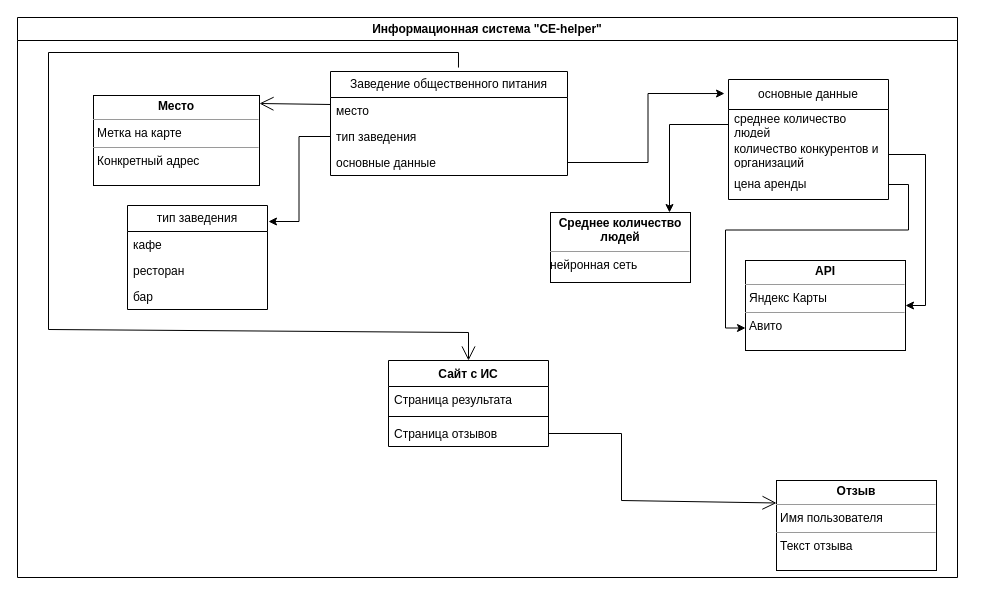
Before: Модель предметной области.drawio in elmirhismatov/Diplom, a draw.io diagram. Source tidied: cells renumbered, new cells numbered last; positions are measured from the earlier drawing's top-left corner, leaving out a move shared by most shapes. Both pictures are drawn from the tidied source at 100%, with x=0, y=0 at pixel (17, 17).
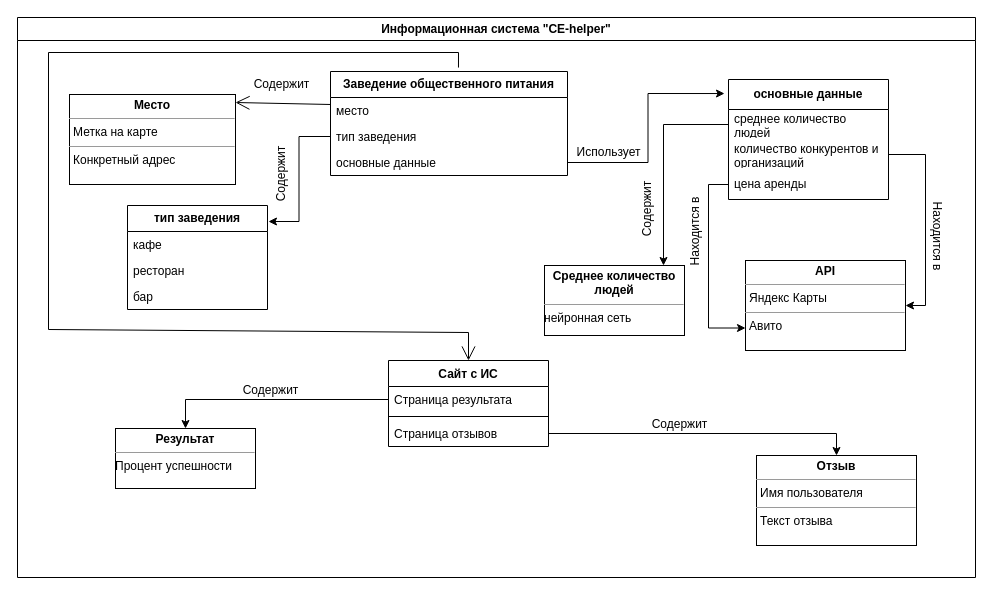
Above is the later version.

Unchanged cells that the change refers to:
```xml
<mxCell id="14" value="цена аренды" style="text;strokeColor=none;fillColor=none;align=left;verticalAlign=middle;spacingLeft=4;spacingRight=4;overflow=hidden;points=[[0,0.5],[1,0.5]];portConstraint=eastwest;whiteSpace=wrap;html=1;" parent="11" vertex="1">
  <mxGeometry y="90" width="160" height="30" as="geometry" />
</mxCell>
<mxCell id="15" value="Сайт с ИС" style="swimlane;fontStyle=1;align=center;verticalAlign=top;horizontal=1;startSize=26;whiteSpace=wrap;html=1;" parent="2" vertex="1">
  <mxGeometry x="371" y="343" width="160" height="86" as="geometry" />
</mxCell>
<mxCell id="16" value="Страница результата" style="text;strokeColor=none;fillColor=none;align=left;verticalAlign=top;spacingLeft=4;spacingRight=4;overflow=hidden;points=[[0,0.5],[1,0.5]];portConstraint=eastwest;whiteSpace=wrap;html=1;" parent="15" vertex="1">
  <mxGeometry y="26" width="160" height="26" as="geometry" />
</mxCell>
<mxCell id="18" value="Страница отзывов" style="text;strokeColor=none;fillColor=none;align=left;verticalAlign=top;spacingLeft=4;spacingRight=4;overflow=hidden;points=[[0,0.5],[1,0.5]];portConstraint=eastwest;whiteSpace=wrap;html=1;" parent="15" vertex="1">
  <mxGeometry y="60" width="160" height="26" as="geometry" />
</mxCell>
<mxCell id="25" value="&lt;p style=&quot;margin:0px;margin-top:4px;text-align:center;&quot;&gt;&lt;b&gt;API&lt;/b&gt;&lt;/p&gt;&lt;hr size=&quot;1&quot;&gt;&lt;p style=&quot;margin:0px;margin-left:4px;&quot;&gt;Яндекс Карты&lt;/p&gt;&lt;hr size=&quot;1&quot;&gt;&lt;p style=&quot;margin:0px;margin-left:4px;&quot;&gt;Авито&lt;/p&gt;" style="verticalAlign=top;align=left;overflow=fill;fontSize=12;fontFamily=Helvetica;html=1;whiteSpace=wrap;" parent="2" vertex="1">
  <mxGeometry x="728" y="243" width="160" height="90" as="geometry" />
</mxCell>
```

Change to the diagram source:
```diff
@@
     <mxCell id="2" value="Информационная система &quot;CE-helper&quot;" style="swimlane;whiteSpace=wrap;html=1;" parent="1" vertex="1">
-      <mxGeometry width="940" height="560" as="geometry" />
+      <mxGeometry width="958" height="560" as="geometry" />
     </mxCell>
-    <mxCell id="3" value="Заведение общественного питания" style="swimlane;fontStyle=0;horizontal=1;startSize=26;fillColor=none;whiteSpace=wrap;html=1;" parent="2" vertex="1">
+    <mxCell id="3" value="&lt;b&gt;Заведение общественного питания&lt;/b&gt;" style="swimlane;fontStyle=0;horizontal=1;startSize=26;fillColor=none;whiteSpace=wrap;html=1;" parent="2" vertex="1">
       <mxGeometry x="313" y="54" width="237" height="104" as="geometry" />
     </mxCell>
@@
-    <mxCell id="7" value="тип заведения" style="swimlane;fontStyle=0;horizontal=1;startSize=26;fillColor=none;whiteSpace=wrap;html=1;" parent="2" vertex="1">
+    <mxCell id="7" value="&lt;b&gt;тип заведения&lt;/b&gt;" style="swimlane;fontStyle=0;horizontal=1;startSize=26;fillColor=none;whiteSpace=wrap;html=1;" parent="2" vertex="1">
       <mxGeometry x="110" y="188" width="140" height="104" as="geometry" />
     </mxCell>
@@
-    <mxCell id="11" value="основные данные" style="swimlane;fontStyle=0;horizontal=1;startSize=30;whiteSpace=wrap;html=1;" parent="2" vertex="1">
+    <mxCell id="11" value="&lt;b&gt;основные данные&lt;/b&gt;" style="swimlane;fontStyle=0;horizontal=1;startSize=30;whiteSpace=wrap;html=1;" parent="2" vertex="1">
       <mxGeometry x="711" y="62" width="160" height="120" as="geometry" />
     </mxCell>
@@
     <mxCell id="19" value="&lt;p style=&quot;margin:0px;margin-top:4px;text-align:center;&quot;&gt;&lt;b&gt;Отзыв&lt;/b&gt;&lt;/p&gt;&lt;hr size=&quot;1&quot;&gt;&lt;p style=&quot;margin:0px;margin-left:4px;&quot;&gt;Имя пользователя&lt;/p&gt;&lt;hr size=&quot;1&quot;&gt;&lt;p style=&quot;margin:0px;margin-left:4px;&quot;&gt;Текст отзыва&lt;/p&gt;" style="verticalAlign=top;align=left;overflow=fill;fontSize=12;fontFamily=Helvetica;html=1;whiteSpace=wrap;" parent="2" vertex="1">
-      <mxGeometry x="759" y="463" width="160" height="90" as="geometry" />
+      <mxGeometry x="739" y="438" width="160" height="90" as="geometry" />
     </mxCell>
-    <mxCell id="20" style="endArrow=open;endFill=1;endSize=12;html=1;rounded=0;entryX=0;entryY=0.25;entryDx=0;entryDy=0;exitX=1;exitY=0.5;exitDx=0;exitDy=0;" parent="2" edge="1" source="18" target="19">
-      <mxGeometry relative="1" as="geometry">
-        <Array as="points">
-          <mxPoint x="604" y="416" />
-          <mxPoint x="604" y="483" />
-        </Array>
-      </mxGeometry>
-    </mxCell>
     <mxCell id="21" value="&lt;p style=&quot;margin:0px;margin-top:4px;text-align:center;&quot;&gt;&lt;b&gt;Место&lt;/b&gt;&lt;/p&gt;&lt;hr size=&quot;1&quot;&gt;&lt;p style=&quot;margin:0px;margin-left:4px;&quot;&gt;Метка на карте&lt;/p&gt;&lt;hr size=&quot;1&quot;&gt;&lt;p style=&quot;margin:0px;margin-left:4px;&quot;&gt;Конкретный адрес&amp;nbsp;&lt;/p&gt;" style="verticalAlign=top;align=left;overflow=fill;fontSize=12;fontFamily=Helvetica;html=1;whiteSpace=wrap;" parent="2" vertex="1">
-      <mxGeometry x="76" y="78" width="166" height="90" as="geometry" />
+      <mxGeometry x="52" y="77" width="166" height="90" as="geometry" />
     </mxCell>
@@
     <mxCell id="26" value="&lt;p style=&quot;margin:0px;margin-top:4px;text-align:center;&quot;&gt;&lt;b&gt;Среднее количество людей&lt;/b&gt;&lt;/p&gt;&lt;hr size=&quot;1&quot;&gt;&lt;div style=&quot;height:2px;&quot;&gt;нейронная сеть&lt;/div&gt;" style="verticalAlign=top;align=left;overflow=fill;fontSize=12;fontFamily=Helvetica;html=1;whiteSpace=wrap;" parent="2" vertex="1">
-      <mxGeometry x="533" y="195" width="140" height="70" as="geometry" />
+      <mxGeometry x="527" y="248" width="140" height="70" as="geometry" />
     </mxCell>
@@
+    <mxCell id="30" style="endArrow=open;endFill=1;endSize=12;html=1;rounded=0;exitX=0.54;exitY=-0.038;exitDx=0;exitDy=0;exitPerimeter=0;entryX=0.5;entryY=0;entryDx=0;entryDy=0;" parent="2" edge="1" source="3" target="15">
+      <mxGeometry relative="1" as="geometry">
+        <Array as="points">
+          <mxPoint x="441" y="35" />
+          <mxPoint x="31" y="35" />
+          <mxPoint x="31" y="312" />
+          <mxPoint x="451" y="315" />
+        </Array>
+      </mxGeometry>
+    </mxCell>
+    <mxCell id="31" value="&lt;p style=&quot;margin:0px;margin-top:4px;text-align:center;&quot;&gt;&lt;b&gt;Результат&lt;/b&gt;&lt;/p&gt;&lt;hr size=&quot;1&quot;&gt;&lt;div style=&quot;height:2px;&quot;&gt;Процент успешности&lt;/div&gt;" style="verticalAlign=top;align=left;overflow=fill;fontSize=12;fontFamily=Helvetica;html=1;whiteSpace=wrap;" parent="2" vertex="1">
+      <mxGeometry x="98" y="411" width="140" height="60" as="geometry" />
+    </mxCell>
+    <mxCell id="32" style="edgeStyle=orthogonalEdgeStyle;rounded=0;jettySize=auto;html=1;entryX=0.5;entryY=0;entryDx=0;entryDy=0;" parent="2" edge="1" source="16" target="31">
+      <mxGeometry relative="1" as="geometry" />
+    </mxCell>
+    <mxCell id="20" style="edgeStyle=orthogonalEdgeStyle;rounded=0;jettySize=auto;html=1;entryX=0.5;entryY=0;entryDx=0;entryDy=0;" parent="2" edge="1" source="18" target="19">
+      <mxGeometry relative="1" as="geometry" />
+    </mxCell>
+    <mxCell id="33" value="Находится в" style="text;html=1;align=center;verticalAlign=middle;strokeColor=none;fillColor=none;rotation=90;" parent="2" vertex="1">
+      <mxGeometry x="876" y="205" width="87" height="26" as="geometry" />
+    </mxCell>
+    <mxCell id="34" value="Использует" style="text;html=1;align=center;verticalAlign=middle;strokeColor=none;fillColor=none;" parent="2" vertex="1">
+      <mxGeometry x="550" y="122" width="82" height="26" as="geometry" />
+    </mxCell>
+    <mxCell id="35" value="Содержит" style="text;html=1;align=center;verticalAlign=middle;strokeColor=none;fillColor=none;" parent="2" vertex="1">
+      <mxGeometry x="227" y="54" width="74" height="26" as="geometry" />
+    </mxCell>
+    <mxCell id="36" value="Содержит" style="text;html=1;align=center;verticalAlign=middle;strokeColor=none;fillColor=none;rotation=-90;" parent="2" vertex="1">
+      <mxGeometry x="227" y="144" width="74" height="26" as="geometry" />
+    </mxCell>
+    <mxCell id="37" value="Содержит" style="text;html=1;align=center;verticalAlign=middle;strokeColor=none;fillColor=none;rotation=-90;" parent="2" vertex="1">
+      <mxGeometry x="593" y="179" width="74" height="26" as="geometry" />
+    </mxCell>
-    <mxCell id="29" style="edgeStyle=orthogonalEdgeStyle;rounded=0;jettySize=auto;html=1;entryX=0;entryY=0.75;entryDx=0;entryDy=0;" parent="2" edge="1" source="14" target="25">
+    <mxCell id="29" style="edgeStyle=orthogonalEdgeStyle;rounded=0;jettySize=auto;html=1;exitX=0;exitY=0.5;exitDx=0;exitDy=0;entryX=0;entryY=0.75;entryDx=0;entryDy=0;" parent="2" edge="1" source="14" target="25">
       <mxGeometry relative="1" as="geometry" />
     </mxCell>
-    <mxCell id="30" style="endArrow=open;endFill=1;endSize=12;html=1;rounded=0;exitX=0.54;exitY=-0.038;exitDx=0;exitDy=0;exitPerimeter=0;entryX=0.5;entryY=0;entryDx=0;entryDy=0;" parent="2" edge="1" source="3" target="15">
-      <mxGeometry relative="1" as="geometry">
-        <Array as="points">
-          <mxPoint x="441" y="35" />
-          <mxPoint x="31" y="35" />
-          <mxPoint x="31" y="312" />
-          <mxPoint x="451" y="315" />
-        </Array>
-      </mxGeometry>
-    </mxCell>
+    <mxCell id="38" value="Находится в" style="text;html=1;align=center;verticalAlign=middle;strokeColor=none;fillColor=none;rotation=-90;" parent="2" vertex="1">
+      <mxGeometry x="634" y="202" width="87" height="26" as="geometry" />
+    </mxCell>
+    <mxCell id="39" value="Содержит" style="text;html=1;align=center;verticalAlign=middle;strokeColor=none;fillColor=none;" parent="1" vertex="1">
+      <mxGeometry x="216" y="360" width="74" height="26" as="geometry" />
+    </mxCell>
+    <mxCell id="40" value="Содержит" style="text;html=1;align=center;verticalAlign=middle;strokeColor=none;fillColor=none;" parent="1" vertex="1">
+      <mxGeometry x="625" y="394" width="74" height="26" as="geometry" />
+    </mxCell>
```
